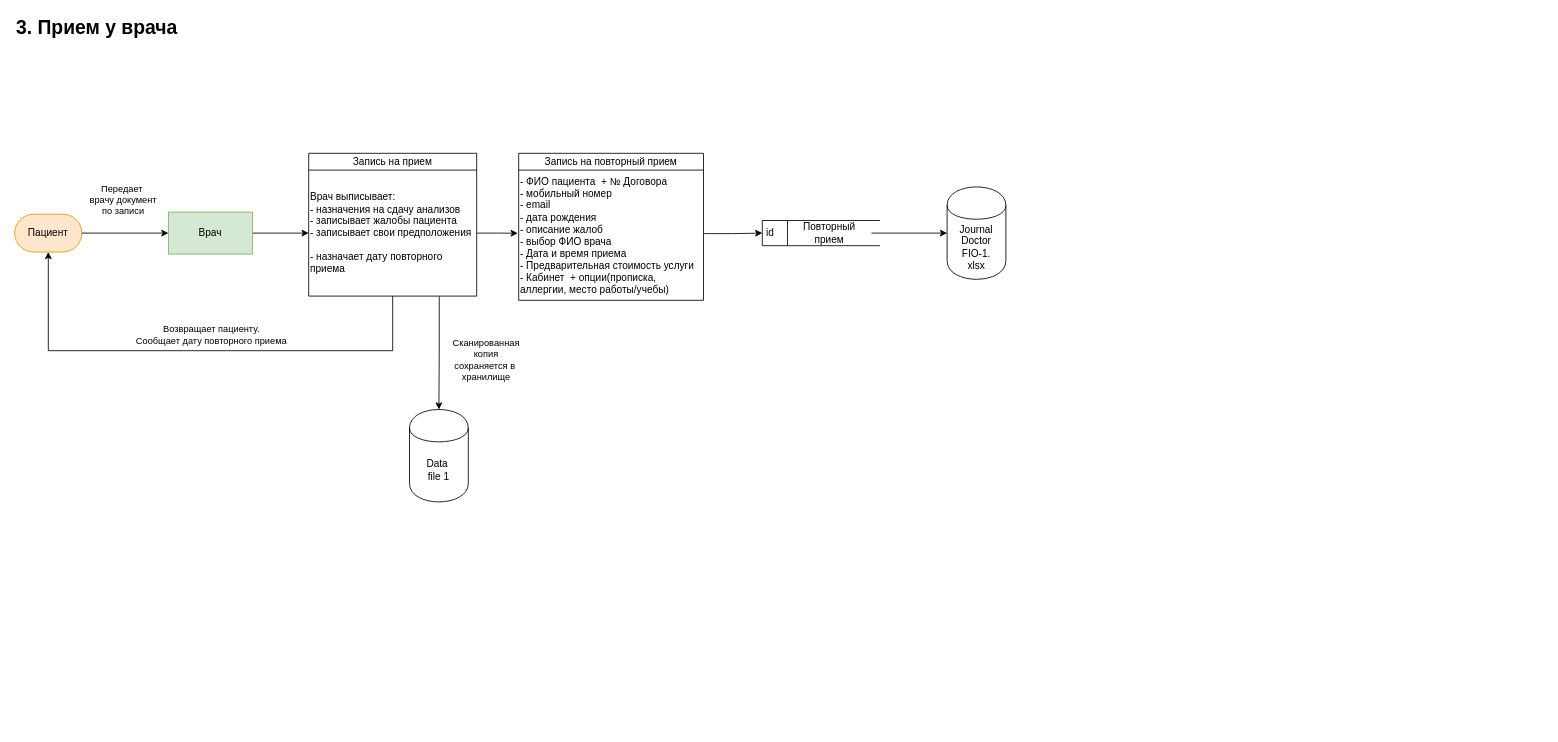
Ayzatullin/architecture-sprint-10 keeps this draw.io diagram as page "Прием у врача" (3 of 7) of Exc1/Data Flow Diagrams.drawio. Above is the earlier version. Source tidied: cells renumbered, new cells numbered last; positions are measured from the earlier drawing's top-left corner, leaving out a move shared by most shapes. Both pictures are drawn from the tidied source at 84%, with x=0, y=0 at pixel (14, 14).
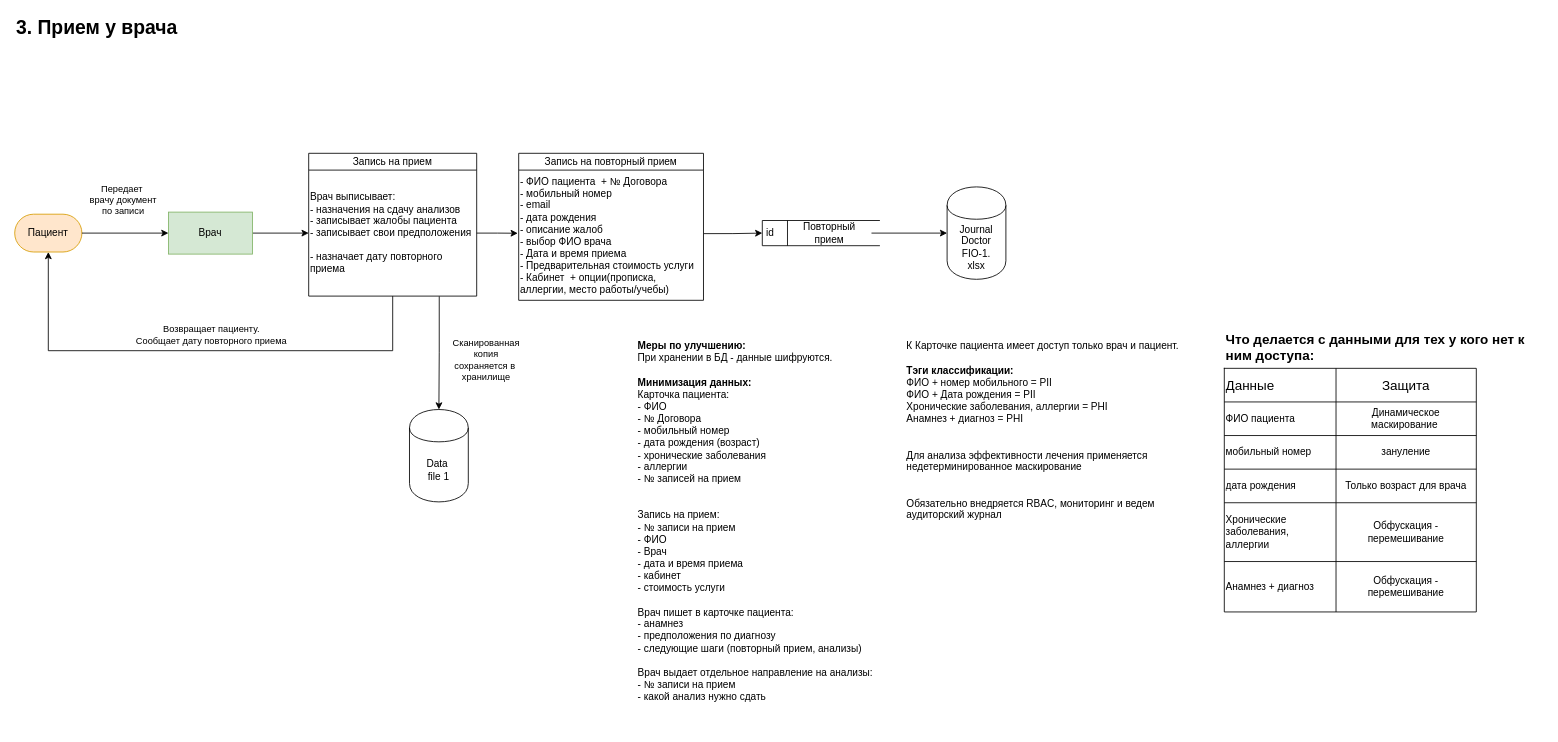
The same page after the edit.

Diff of the diagram source:
```diff
@@
+    <mxCell id="23" value="&lt;div&gt;&lt;span style=&quot;background-color: transparent; color: light-dark(rgb(0, 0, 0), rgb(255, 255, 255));&quot;&gt;&lt;b&gt;Меры по улучшению:&lt;/b&gt;&lt;/span&gt;&lt;/div&gt;&lt;div&gt;&lt;span style=&quot;background-color: transparent; color: light-dark(rgb(0, 0, 0), rgb(255, 255, 255));&quot;&gt;При хранении в БД - данные шифруются.&lt;/span&gt;&lt;/div&gt;&lt;div&gt;&lt;span style=&quot;background-color: transparent; color: light-dark(rgb(0, 0, 0), rgb(255, 255, 255));&quot;&gt;&lt;br&gt;&lt;/span&gt;&lt;/div&gt;&lt;div&gt;&lt;b style=&quot;background-color: transparent; color: light-dark(rgb(0, 0, 0), rgb(255, 255, 255));&quot;&gt;Минимизация данных:&lt;/b&gt;&lt;/div&gt;&lt;div&gt;&lt;span style=&quot;background-color: transparent; color: light-dark(rgb(0, 0, 0), rgb(255, 255, 255));&quot;&gt;Карточка пациента:&amp;nbsp;&lt;/span&gt;&lt;/div&gt;&lt;div&gt;- ФИО&lt;/div&gt;&lt;div&gt;- № Договора&lt;/div&gt;&lt;div&gt;- мобильный&amp;nbsp;&lt;span style=&quot;background-color: transparent; color: light-dark(rgb(0, 0, 0), rgb(255, 255, 255));&quot;&gt;номер&lt;/span&gt;&lt;/div&gt;&lt;div&gt;&lt;span style=&quot;background-color: transparent; color: light-dark(rgb(0, 0, 0), rgb(255, 255, 255));&quot;&gt;- дата рождения (возраст)&amp;nbsp;&lt;/span&gt;&lt;/div&gt;&lt;div&gt;&lt;span style=&quot;background-color: transparent; color: light-dark(rgb(0, 0, 0), rgb(255, 255, 255));&quot;&gt;- хронические заболевания&lt;/span&gt;&lt;/div&gt;&lt;div&gt;&lt;span style=&quot;background-color: transparent; color: light-dark(rgb(0, 0, 0), rgb(255, 255, 255));&quot;&gt;- аллергии&lt;/span&gt;&lt;/div&gt;&lt;div&gt;&lt;div&gt;&lt;span style=&quot;background-color: transparent; color: light-dark(rgb(0, 0, 0), rgb(255, 255, 255));&quot;&gt;- № записей на прием&lt;/span&gt;&lt;/div&gt;&lt;/div&gt;&lt;div&gt;&lt;span style=&quot;background-color: transparent; color: light-dark(rgb(0, 0, 0), rgb(255, 255, 255));&quot;&gt;&lt;br&gt;&lt;/span&gt;&lt;/div&gt;&lt;div&gt;&lt;span style=&quot;background-color: transparent; color: light-dark(rgb(0, 0, 0), rgb(255, 255, 255));&quot;&gt;&lt;br&gt;&lt;/span&gt;&lt;/div&gt;&lt;div&gt;&lt;span style=&quot;background-color: transparent; color: light-dark(rgb(0, 0, 0), rgb(255, 255, 255));&quot;&gt;Запись на прием:&lt;/span&gt;&lt;/div&gt;&lt;div&gt;&lt;span style=&quot;background-color: transparent; color: light-dark(rgb(0, 0, 0), rgb(255, 255, 255));&quot;&gt;- № записи на прием&lt;/span&gt;&lt;/div&gt;&lt;div&gt;&lt;span style=&quot;background-color: transparent; color: light-dark(rgb(0, 0, 0), rgb(255, 255, 255));&quot;&gt;- ФИО&lt;/span&gt;&lt;/div&gt;&lt;div&gt;&lt;span style=&quot;background-color: transparent; color: light-dark(rgb(0, 0, 0), rgb(255, 255, 255));&quot;&gt;- Врач&lt;/span&gt;&lt;/div&gt;&lt;div&gt;&lt;span style=&quot;background-color: transparent; color: light-dark(rgb(0, 0, 0), rgb(255, 255, 255));&quot;&gt;- дата и время приема&lt;/span&gt;&lt;/div&gt;&lt;div&gt;&lt;span style=&quot;background-color: transparent; color: light-dark(rgb(0, 0, 0), rgb(255, 255, 255));&quot;&gt;- кабинет&lt;/span&gt;&lt;/div&gt;&lt;div&gt;&lt;span style=&quot;background-color: transparent; color: light-dark(rgb(0, 0, 0), rgb(255, 255, 255));&quot;&gt;- стоимость услуги&lt;/span&gt;&lt;/div&gt;&lt;div&gt;&lt;br&gt;&lt;/div&gt;&lt;div&gt;Врач пишет&amp;nbsp;&lt;span style=&quot;background-color: transparent; color: light-dark(rgb(0, 0, 0), rgb(255, 255, 255));&quot;&gt;в карточке пациента:&lt;/span&gt;&lt;/div&gt;&lt;div&gt;- анамнез&lt;/div&gt;&lt;div&gt;- предположения по диагнозу&amp;nbsp;&lt;/div&gt;&lt;div&gt;- следующие шаги (повторный прием, анализы)&lt;/div&gt;&lt;div&gt;&lt;br&gt;&lt;/div&gt;&lt;div&gt;Врач выдает отдельное направление на анализы:&lt;/div&gt;&lt;div&gt;- № записи на прием&lt;/div&gt;&lt;div&gt;- какой анализ нужно сдать&lt;/div&gt;&lt;div&gt;&lt;br&gt;&lt;/div&gt;&lt;div&gt;&lt;br&gt;&lt;/div&gt;" style="text;html=1;align=left;verticalAlign=top;whiteSpace=wrap;rounded=0;" parent="1" vertex="1">
+      <mxGeometry x="740" y="381" width="330" height="460" as="geometry" />
+    </mxCell>
+    <mxCell id="24" value="&lt;div&gt;&lt;span style=&quot;background-color: transparent; color: light-dark(rgb(0, 0, 0), rgb(255, 255, 255));&quot;&gt;К Карточке пациента имеет доступ только врач и пациент.&amp;nbsp;&lt;/span&gt;&lt;/div&gt;&lt;div&gt;&lt;b&gt;&lt;br&gt;&lt;/b&gt;&lt;/div&gt;&lt;div&gt;&lt;b&gt;Тэги классификации:&lt;/b&gt;&lt;/div&gt;&lt;div&gt;ФИО +&amp;nbsp;&lt;span style=&quot;background-color: transparent; color: light-dark(rgb(0, 0, 0), rgb(255, 255, 255));&quot;&gt;номер мобильного = PII&lt;/span&gt;&lt;/div&gt;&lt;div&gt;&lt;span style=&quot;background-color: transparent; color: light-dark(rgb(0, 0, 0), rgb(255, 255, 255));&quot;&gt;ФИО +&amp;nbsp;&lt;/span&gt;&lt;span style=&quot;background-color: transparent; color: light-dark(rgb(0, 0, 0), rgb(255, 255, 255));&quot;&gt;Дата рождения&lt;/span&gt;&lt;span style=&quot;background-color: transparent; color: light-dark(rgb(0, 0, 0), rgb(255, 255, 255));&quot;&gt;&amp;nbsp;&lt;/span&gt;&lt;span style=&quot;background-color: transparent; color: light-dark(rgb(0, 0, 0), rgb(255, 255, 255));&quot;&gt;= PII&lt;/span&gt;&lt;/div&gt;&lt;div&gt;&lt;span style=&quot;background-color: transparent; color: light-dark(rgb(0, 0, 0), rgb(255, 255, 255));&quot;&gt;Хронические заболевания, аллергии = PHI&lt;/span&gt;&lt;/div&gt;&lt;div&gt;&lt;span style=&quot;background-color: transparent; color: light-dark(rgb(0, 0, 0), rgb(255, 255, 255));&quot;&gt;Анамнез + диагноз =&amp;nbsp;&lt;/span&gt;&lt;span style=&quot;background-color: transparent; color: light-dark(rgb(0, 0, 0), rgb(255, 255, 255));&quot;&gt;PHI&lt;/span&gt;&lt;/div&gt;&lt;div&gt;&lt;span style=&quot;background-color: transparent; color: light-dark(rgb(0, 0, 0), rgb(255, 255, 255));&quot;&gt;&lt;br&gt;&lt;/span&gt;&lt;/div&gt;&lt;div&gt;&lt;span style=&quot;background-color: transparent; color: light-dark(rgb(0, 0, 0), rgb(255, 255, 255));&quot;&gt;&lt;br&gt;&lt;/span&gt;&lt;/div&gt;&lt;div&gt;Для анализа эффективности лечения применяется недетерминированное маскирование&lt;span style=&quot;background-color: transparent; color: light-dark(rgb(0, 0, 0), rgb(255, 255, 255));&quot;&gt;&lt;/span&gt;&lt;/div&gt;&lt;div&gt;&lt;br&gt;&lt;/div&gt;&lt;div&gt;&lt;br&gt;&lt;/div&gt;&lt;div&gt;Обязательно внедряется RBAC, мониторинг и ведем аудиторский журнал&lt;/div&gt;" style="text;html=1;align=left;verticalAlign=top;whiteSpace=wrap;rounded=0;" parent="1" vertex="1">
+      <mxGeometry x="1060" y="381" width="350" height="420" as="geometry" />
+    </mxCell>
+    <mxCell id="25" style="shape=table;startSize=0;childLayout=tableLayout;fontSize=16;" parent="1" vertex="1">
+      <mxGeometry x="1440" y="421" width="300" height="290" as="geometry" />
+    </mxCell>
+    <mxCell id="26" style="shape=tableRow;horizontal=0;startSize=0;swimlaneHead=0;swimlaneBody=0;strokeColor=inherit;top=0;left=0;bottom=0;right=0;fillColor=none;fontSize=16;" parent="25" vertex="1">
+      <mxGeometry width="300" height="40" as="geometry" />
+    </mxCell>
+    <mxCell id="27" value="Данные" style="shape=partialRectangle;html=1;whiteSpace=wrap;strokeColor=inherit;overflow=hidden;fillColor=none;top=0;left=0;bottom=0;right=0;fontSize=16;align=left;" parent="26" vertex="1">
+      <mxGeometry width="133" height="40" as="geometry" />
+    </mxCell>
+    <mxCell id="28" value="Защита" style="shape=partialRectangle;html=1;whiteSpace=wrap;strokeColor=inherit;overflow=hidden;fillColor=none;top=0;left=0;bottom=0;right=0;fontSize=16;" parent="26" vertex="1">
+      <mxGeometry x="133" width="167" height="40" as="geometry" />
+    </mxCell>
+    <mxCell id="29" style="shape=tableRow;horizontal=0;startSize=0;swimlaneHead=0;swimlaneBody=0;strokeColor=inherit;top=0;left=0;bottom=0;right=0;fillColor=none;fontSize=16;" parent="25" vertex="1">
+      <mxGeometry y="40" width="300" height="40" as="geometry" />
+    </mxCell>
+    <mxCell id="30" value="&lt;span&gt;ФИО пациента&lt;/span&gt;" style="shape=partialRectangle;html=1;whiteSpace=wrap;strokeColor=inherit;overflow=hidden;fillColor=none;top=0;left=0;bottom=0;right=0;fontSize=12;align=left;" parent="29" vertex="1">
+      <mxGeometry width="133" height="40" as="geometry" />
+    </mxCell>
+    <mxCell id="31" value="&lt;span style=&quot;line-height: 107%;&quot;&gt;Динамическое&lt;br&gt;маскирование&amp;nbsp;&lt;/span&gt;" style="shape=partialRectangle;html=1;whiteSpace=wrap;strokeColor=inherit;overflow=hidden;fillColor=none;top=0;left=0;bottom=0;right=0;fontSize=12;" parent="29" vertex="1">
+      <mxGeometry x="133" width="167" height="40" as="geometry" />
+    </mxCell>
+    <mxCell id="32" style="shape=tableRow;horizontal=0;startSize=0;swimlaneHead=0;swimlaneBody=0;strokeColor=inherit;top=0;left=0;bottom=0;right=0;fillColor=none;fontSize=16;" parent="25" vertex="1">
+      <mxGeometry y="80" width="300" height="40" as="geometry" />
+    </mxCell>
+    <mxCell id="33" value="&lt;span&gt;мобильный номер&lt;/span&gt;" style="shape=partialRectangle;html=1;whiteSpace=wrap;strokeColor=inherit;overflow=hidden;fillColor=none;top=0;left=0;bottom=0;right=0;fontSize=12;align=left;" parent="32" vertex="1">
+      <mxGeometry width="133" height="40" as="geometry" />
+    </mxCell>
+    <mxCell id="34" value="зануление" style="shape=partialRectangle;html=1;whiteSpace=wrap;strokeColor=inherit;overflow=hidden;fillColor=none;top=0;left=0;bottom=0;right=0;fontSize=12;" parent="32" vertex="1">
+      <mxGeometry x="133" width="167" height="40" as="geometry" />
+    </mxCell>
+    <mxCell id="35" style="shape=tableRow;horizontal=0;startSize=0;swimlaneHead=0;swimlaneBody=0;strokeColor=inherit;top=0;left=0;bottom=0;right=0;fillColor=none;fontSize=16;" parent="25" vertex="1">
+      <mxGeometry y="120" width="300" height="40" as="geometry" />
+    </mxCell>
+    <mxCell id="36" value="дата рождения" style="shape=partialRectangle;html=1;whiteSpace=wrap;strokeColor=inherit;overflow=hidden;fillColor=none;top=0;left=0;bottom=0;right=0;fontSize=12;align=left;" parent="35" vertex="1">
+      <mxGeometry width="133" height="40" as="geometry" />
+    </mxCell>
+    <mxCell id="37" value="Только возраст для врача" style="shape=partialRectangle;html=1;whiteSpace=wrap;strokeColor=inherit;overflow=hidden;fillColor=none;top=0;left=0;bottom=0;right=0;fontSize=12;" parent="35" vertex="1">
+      <mxGeometry x="133" width="167" height="40" as="geometry" />
+    </mxCell>
+    <mxCell id="38" style="shape=tableRow;horizontal=0;startSize=0;swimlaneHead=0;swimlaneBody=0;strokeColor=inherit;top=0;left=0;bottom=0;right=0;fillColor=none;fontSize=16;" parent="25" vertex="1">
+      <mxGeometry y="160" width="300" height="70" as="geometry" />
+    </mxCell>
+    <mxCell id="39" value="Хронические заболевания, аллергии&amp;nbsp;" style="shape=partialRectangle;html=1;whiteSpace=wrap;strokeColor=inherit;overflow=hidden;fillColor=none;top=0;left=0;bottom=0;right=0;fontSize=12;align=left;" parent="38" vertex="1">
+      <mxGeometry width="133" height="70" as="geometry" />
+    </mxCell>
+    <mxCell id="40" value="Обфускация - перемешивание" style="shape=partialRectangle;html=1;whiteSpace=wrap;strokeColor=inherit;overflow=hidden;fillColor=none;top=0;left=0;bottom=0;right=0;fontSize=12;" parent="38" vertex="1">
+      <mxGeometry x="133" width="167" height="70" as="geometry" />
+    </mxCell>
+    <mxCell id="41" style="shape=tableRow;horizontal=0;startSize=0;swimlaneHead=0;swimlaneBody=0;strokeColor=inherit;top=0;left=0;bottom=0;right=0;fillColor=none;fontSize=16;" parent="25" vertex="1">
+      <mxGeometry y="230" width="300" height="60" as="geometry" />
+    </mxCell>
+    <mxCell id="42" value="Анамнез + диагноз&amp;nbsp;" style="shape=partialRectangle;html=1;whiteSpace=wrap;strokeColor=inherit;overflow=hidden;fillColor=none;top=0;left=0;bottom=0;right=0;fontSize=12;align=left;" parent="41" vertex="1">
+      <mxGeometry width="133" height="60" as="geometry" />
+    </mxCell>
+    <mxCell id="43" value="Обфускация - перемешивание" style="shape=partialRectangle;html=1;whiteSpace=wrap;strokeColor=inherit;overflow=hidden;fillColor=none;top=0;left=0;bottom=0;right=0;fontSize=12;" parent="41" vertex="1">
+      <mxGeometry x="133" width="167" height="60" as="geometry" />
+    </mxCell>
+    <mxCell id="44" value="Что делается с данными для тех у кого нет к ним доступа:" style="text;html=1;align=left;verticalAlign=middle;whiteSpace=wrap;rounded=0;fontStyle=1;fontSize=16;" parent="1" vertex="1">
+      <mxGeometry x="1440" y="381" width="380" height="30" as="geometry" />
+    </mxCell>
```
